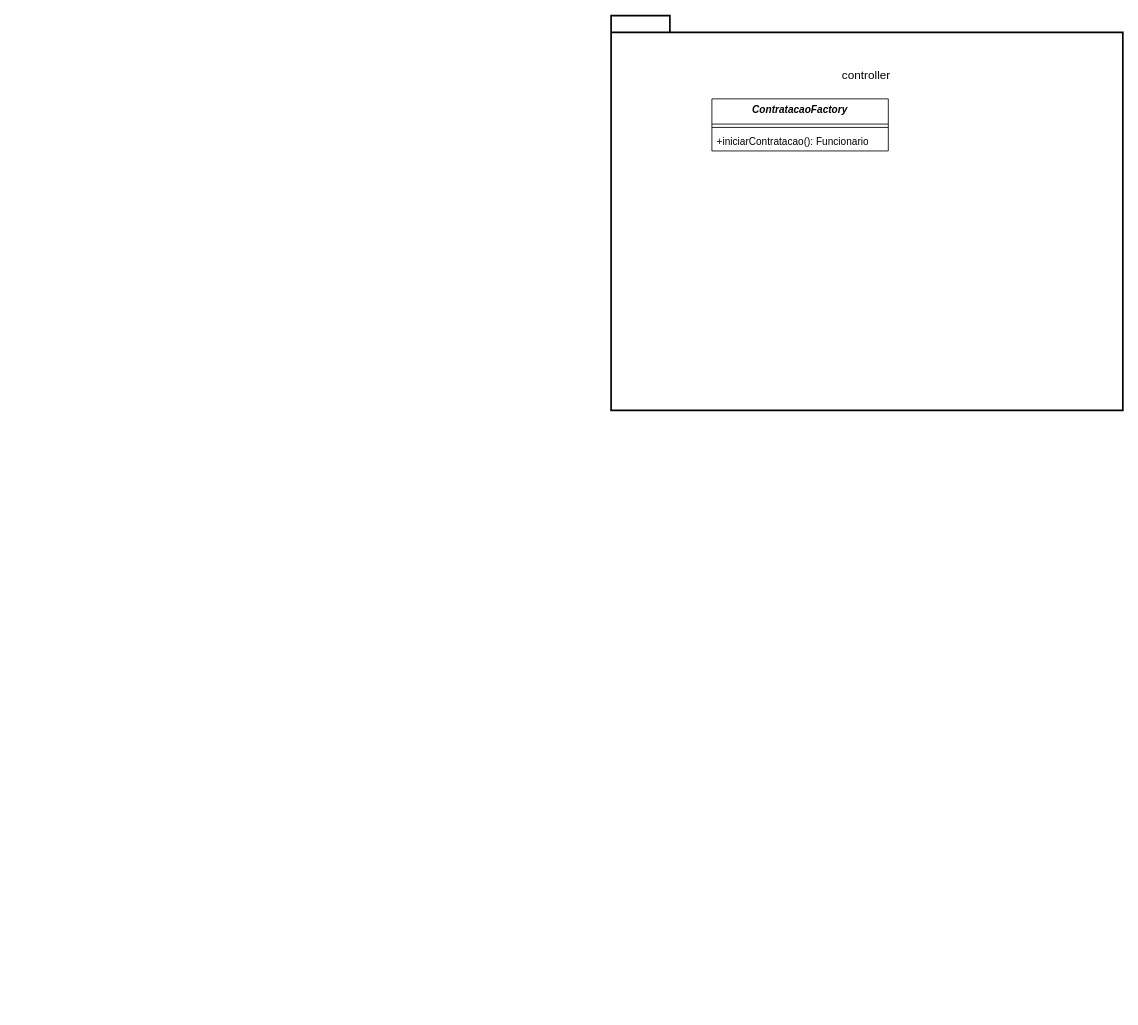
Before: Aula6(aula3+DesignPattern)/Exercicio2_Contratacao/Exercicio2_Contratacao.drawio in Pedrh/POO, a draw.io diagram. Source tidied: cells renumbered, new cells numbered last; positions are measured from the earlier drawing's top-left corner, leaving out a move shared by most shapes. Both pictures are drawn from the tidied source at 84%, with x=0, y=0 at pixel (611, 15).
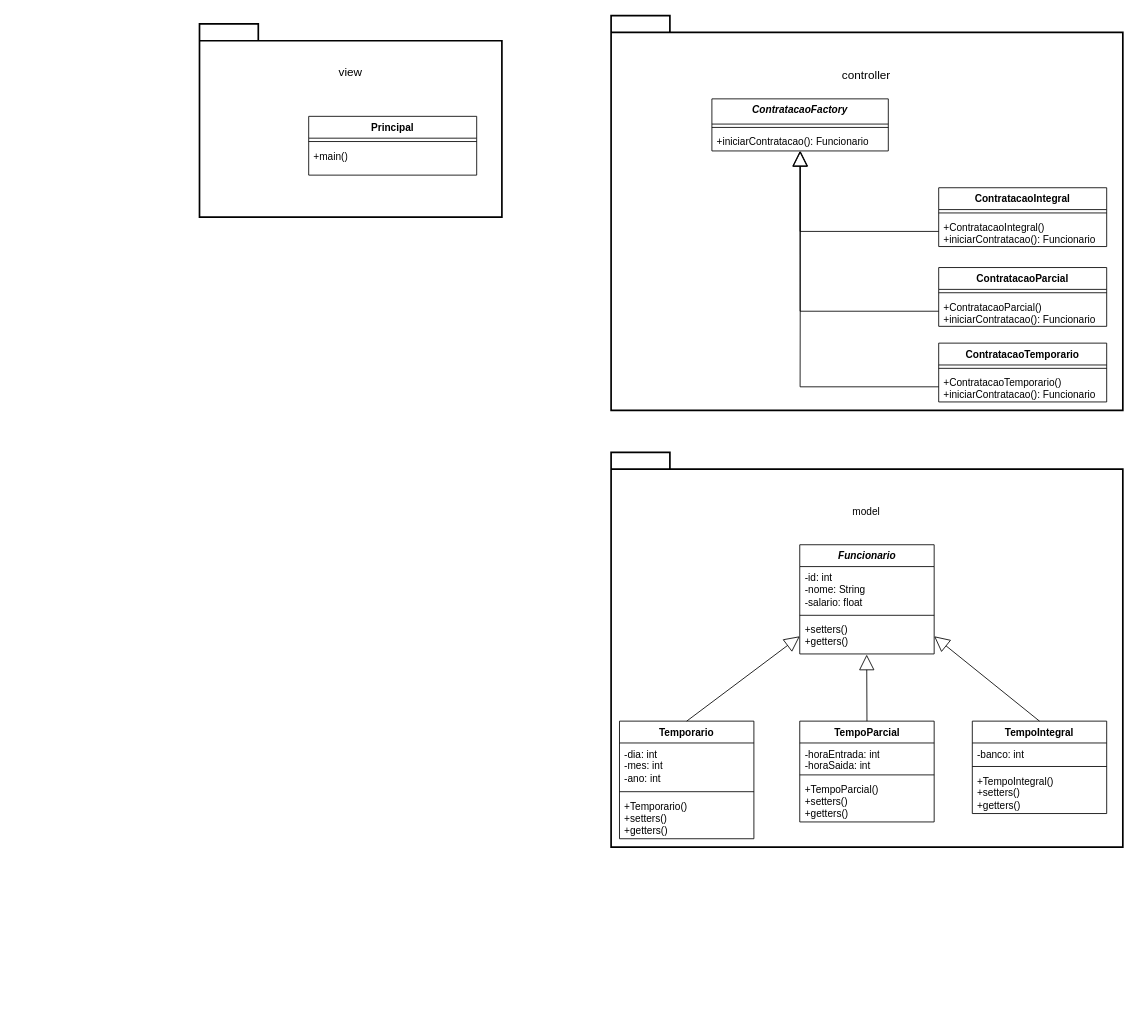
The same diagram, later.

Unchanged cells that the change refers to:
```xml
<mxCell id="2" style="group;" parent="1" vertex="1">
  <mxGeometry width="609.2" height="470" as="geometry" />
</mxCell>
<mxCell id="7" value="+iniciarContratacao(): Funcionario" style="text;strokeColor=none;fillColor=none;align=left;verticalAlign=top;spacingLeft=4;spacingRight=4;overflow=hidden;points=[[0,0.5],[1,0.5]];portConstraint=eastwest;whiteSpace=wrap;html=1;" parent="5" vertex="1">
  <mxGeometry y="38" width="210" height="24" as="geometry" />
</mxCell>
```

What changed in the source:
```diff
@@
+    <mxCell id="8" value="ContratacaoIntegral" style="swimlane;fontStyle=1;align=center;verticalAlign=top;horizontal=1;startSize=26;whiteSpace=wrap;html=1;" parent="2" vertex="1">
+      <mxGeometry x="390" y="205" width="200" height="70" as="geometry" />
+    </mxCell>
+    <mxCell id="9" style="line;strokeWidth=1;fillColor=none;align=left;verticalAlign=middle;spacingTop=-1;spacingLeft=3;spacingRight=3;labelPosition=right;strokeColor=inherit;" parent="8" vertex="1">
+      <mxGeometry y="26" width="200" height="8" as="geometry" />
+    </mxCell>
+    <mxCell id="10" value="&lt;div&gt;+ContratacaoIntegral()&lt;/div&gt;+iniciarContratacao(): Funcionario" style="text;strokeColor=none;fillColor=none;align=left;verticalAlign=top;spacingLeft=4;spacingRight=4;overflow=hidden;points=[[0,0.5],[1,0.5]];portConstraint=eastwest;whiteSpace=wrap;html=1;" parent="8" vertex="1">
+      <mxGeometry y="34" width="200" height="36" as="geometry" />
+    </mxCell>
+    <mxCell id="11" value="ContratacaoParcial" style="swimlane;fontStyle=1;align=center;verticalAlign=top;horizontal=1;startSize=26;whiteSpace=wrap;html=1;" parent="2" vertex="1">
+      <mxGeometry x="390" y="300" width="200" height="70" as="geometry" />
+    </mxCell>
+    <mxCell id="12" style="line;strokeWidth=1;fillColor=none;align=left;verticalAlign=middle;spacingTop=-1;spacingLeft=3;spacingRight=3;labelPosition=right;strokeColor=inherit;" parent="11" vertex="1">
+      <mxGeometry y="26" width="200" height="8" as="geometry" />
+    </mxCell>
+    <mxCell id="13" value="&lt;div&gt;+ContratacaoParcial()&lt;/div&gt;+iniciarContratacao(): Funcionario" style="text;strokeColor=none;fillColor=none;align=left;verticalAlign=top;spacingLeft=4;spacingRight=4;overflow=hidden;points=[[0,0.5],[1,0.5]];portConstraint=eastwest;whiteSpace=wrap;html=1;" parent="11" vertex="1">
+      <mxGeometry y="34" width="200" height="36" as="geometry" />
+    </mxCell>
+    <mxCell id="14" value="ContratacaoTemporario" style="swimlane;fontStyle=1;align=center;verticalAlign=top;horizontal=1;startSize=26;whiteSpace=wrap;html=1;" parent="2" vertex="1">
+      <mxGeometry x="390" y="390" width="200" height="70" as="geometry" />
+    </mxCell>
+    <mxCell id="15" style="line;strokeWidth=1;fillColor=none;align=left;verticalAlign=middle;spacingTop=-1;spacingLeft=3;spacingRight=3;labelPosition=right;strokeColor=inherit;" parent="14" vertex="1">
+      <mxGeometry y="26" width="200" height="8" as="geometry" />
+    </mxCell>
+    <mxCell id="16" value="&lt;div&gt;+ContratacaoTemporario()&lt;/div&gt;+iniciarContratacao(): Funcionario" style="text;strokeColor=none;fillColor=none;align=left;verticalAlign=top;spacingLeft=4;spacingRight=4;overflow=hidden;points=[[0,0.5],[1,0.5]];portConstraint=eastwest;whiteSpace=wrap;html=1;" parent="14" vertex="1">
+      <mxGeometry y="34" width="200" height="36" as="geometry" />
+    </mxCell>
+    <mxCell id="17" style="endArrow=block;endSize=16;endFill=0;html=1;rounded=0;exitX=0;exitY=0.5;exitDx=0;exitDy=0;entryX=0.502;entryY=0.998;entryDx=0;entryDy=0;entryPerimeter=0;" parent="2" edge="1" source="16" target="7">
+      <mxGeometry relative="1" as="geometry">
+        <Array as="points">
+          <mxPoint x="225" y="442" />
+        </Array>
+      </mxGeometry>
+    </mxCell>
+    <mxCell id="18" style="endArrow=block;endSize=16;endFill=0;html=1;rounded=0;exitX=0;exitY=0.5;exitDx=0;exitDy=0;entryX=0.499;entryY=1.004;entryDx=0;entryDy=0;entryPerimeter=0;" parent="2" edge="1" source="13" target="7">
+      <mxGeometry relative="1" as="geometry">
+        <Array as="points">
+          <mxPoint x="225" y="352" />
+        </Array>
+      </mxGeometry>
+    </mxCell>
+    <mxCell id="19" style="endArrow=block;endSize=16;endFill=0;html=1;rounded=0;exitX=0;exitY=0.5;exitDx=0;exitDy=0;entryX=0.5;entryY=0.998;entryDx=0;entryDy=0;entryPerimeter=0;" parent="2" edge="1" source="10" target="7">
+      <mxGeometry relative="1" as="geometry">
+        <Array as="points">
+          <mxPoint x="225" y="257" />
+        </Array>
+      </mxGeometry>
+    </mxCell>
+    <mxCell id="20" style="group;" parent="1" vertex="1">
+      <mxGeometry x="-710" y="10" width="609.2" height="470" as="geometry" />
+    </mxCell>
+    <mxCell id="21" style="shape=folder;tabWidth=70;tabHeight=20;tabPosition=left;strokeWidth=2;html=1;whiteSpace=wrap;align=center;" parent="20" vertex="1">
+      <mxGeometry x="220" width="360" height="230" as="geometry" />
+    </mxCell>
+    <mxCell id="22" value="&lt;span style=&quot;font-size: 14px;&quot;&gt;view&lt;/span&gt;" style="text;html=1;align=center;verticalAlign=middle;whiteSpace=wrap;rounded=0;" parent="20" vertex="1">
+      <mxGeometry x="339.8" y="30" width="120.4" height="56.7" as="geometry" />
+    </mxCell>
+    <mxCell id="23" value="Principal" style="swimlane;fontStyle=1;align=center;verticalAlign=top;horizontal=1;startSize=26;whiteSpace=wrap;html=1;" parent="20" vertex="1">
+      <mxGeometry x="350" y="110" width="200" height="70" as="geometry" />
+    </mxCell>
+    <mxCell id="24" style="line;strokeWidth=1;fillColor=none;align=left;verticalAlign=middle;spacingTop=-1;spacingLeft=3;spacingRight=3;labelPosition=right;strokeColor=inherit;" parent="23" vertex="1">
+      <mxGeometry y="26" width="200" height="8" as="geometry" />
+    </mxCell>
+    <mxCell id="25" value="+main()" style="text;strokeColor=none;fillColor=none;align=left;verticalAlign=top;spacingLeft=4;spacingRight=4;overflow=hidden;whiteSpace=wrap;html=1;" parent="23" vertex="1">
+      <mxGeometry y="34" width="200" height="36" as="geometry" />
+    </mxCell>
+    <mxCell id="26" style="group;" parent="1" vertex="1">
+      <mxGeometry y="520" width="609.2" height="665" as="geometry" />
+    </mxCell>
+    <mxCell id="27" style="shape=folder;tabWidth=70;tabHeight=20;tabPosition=left;strokeWidth=2;html=1;whiteSpace=wrap;align=center;" parent="26" vertex="1">
+      <mxGeometry width="609.2" height="470" as="geometry" />
+    </mxCell>
+    <mxCell id="28" value="model" style="text;html=1;align=center;verticalAlign=middle;whiteSpace=wrap;rounded=0;" parent="26" vertex="1">
+      <mxGeometry x="244.4" y="42.5" width="120.4" height="56.7" as="geometry" />
+    </mxCell>
+    <mxCell id="29" value="&lt;i&gt;Funcionario&lt;/i&gt;" style="swimlane;fontStyle=1;align=center;verticalAlign=top;horizontal=1;startSize=26;whiteSpace=wrap;html=1;" parent="26" vertex="1">
+      <mxGeometry x="224.6" y="110" width="160" height="130" as="geometry" />
+    </mxCell>
+    <mxCell id="30" value="-id: int&lt;div&gt;-nome: String&lt;/div&gt;&lt;div&gt;-salario: float&lt;/div&gt;" style="text;strokeColor=none;fillColor=none;align=left;verticalAlign=top;spacingLeft=4;spacingRight=4;overflow=hidden;whiteSpace=wrap;html=1;" parent="29" vertex="1">
+      <mxGeometry y="26" width="160" height="54" as="geometry" />
+    </mxCell>
+    <mxCell id="31" style="line;strokeWidth=1;fillColor=none;align=left;verticalAlign=middle;spacingTop=-1;spacingLeft=3;spacingRight=3;labelPosition=right;strokeColor=inherit;" parent="29" vertex="1">
+      <mxGeometry y="80" width="160" height="8" as="geometry" />
+    </mxCell>
+    <mxCell id="32" value="+setters()&lt;div&gt;+getters()&lt;/div&gt;" style="text;strokeColor=none;fillColor=none;align=left;verticalAlign=top;spacingLeft=4;spacingRight=4;overflow=hidden;points=[[0,0.5],[1,0.5]];portConstraint=eastwest;whiteSpace=wrap;html=1;" parent="29" vertex="1">
+      <mxGeometry y="88" width="160" height="42" as="geometry" />
+    </mxCell>
+    <mxCell id="33" value="TempoIntegral" style="swimlane;fontStyle=1;align=center;verticalAlign=top;horizontal=1;startSize=26;whiteSpace=wrap;html=1;" parent="26" vertex="1">
+      <mxGeometry x="430" y="320" width="160" height="110" as="geometry" />
+    </mxCell>
+    <mxCell id="34" value="-banco: int" style="text;strokeColor=none;fillColor=none;align=left;verticalAlign=top;spacingLeft=4;spacingRight=4;overflow=hidden;whiteSpace=wrap;html=1;" parent="33" vertex="1">
+      <mxGeometry y="26" width="160" height="24" as="geometry" />
+    </mxCell>
+    <mxCell id="35" style="line;strokeWidth=1;fillColor=none;align=left;verticalAlign=middle;spacingTop=-1;spacingLeft=3;spacingRight=3;labelPosition=right;strokeColor=inherit;" parent="33" vertex="1">
+      <mxGeometry y="50" width="160" height="8" as="geometry" />
+    </mxCell>
+    <mxCell id="36" value="&lt;div&gt;+TempoIntegral()&lt;/div&gt;+setters()&lt;div&gt;+getters()&lt;/div&gt;" style="text;strokeColor=none;fillColor=none;align=left;verticalAlign=top;spacingLeft=4;spacingRight=4;overflow=hidden;whiteSpace=wrap;html=1;" parent="33" vertex="1">
+      <mxGeometry y="58" width="160" height="52" as="geometry" />
+    </mxCell>
+    <mxCell id="37" value="TempoParcial" style="swimlane;fontStyle=1;align=center;verticalAlign=top;horizontal=1;startSize=26;whiteSpace=wrap;html=1;" parent="26" vertex="1">
+      <mxGeometry x="224.6" y="320" width="160" height="120" as="geometry" />
+    </mxCell>
+    <mxCell id="38" value="-horaEntrada: int&lt;div&gt;-horaSaida: int&lt;/div&gt;" style="text;strokeColor=none;fillColor=none;align=left;verticalAlign=top;spacingLeft=4;spacingRight=4;overflow=hidden;whiteSpace=wrap;html=1;" parent="37" vertex="1">
+      <mxGeometry y="26" width="160" height="34" as="geometry" />
+    </mxCell>
+    <mxCell id="39" style="line;strokeWidth=1;fillColor=none;align=left;verticalAlign=middle;spacingTop=-1;spacingLeft=3;spacingRight=3;labelPosition=right;strokeColor=inherit;" parent="37" vertex="1">
+      <mxGeometry y="60" width="160" height="8" as="geometry" />
+    </mxCell>
+    <mxCell id="40" value="&lt;div&gt;+TempoParcial()&lt;/div&gt;+setters()&lt;div&gt;+getters()&lt;/div&gt;" style="text;strokeColor=none;fillColor=none;align=left;verticalAlign=top;spacingLeft=4;spacingRight=4;overflow=hidden;whiteSpace=wrap;html=1;" parent="37" vertex="1">
+      <mxGeometry y="68" width="160" height="52" as="geometry" />
+    </mxCell>
+    <mxCell id="41" value="Temporario" style="swimlane;fontStyle=1;align=center;verticalAlign=top;horizontal=1;startSize=26;whiteSpace=wrap;html=1;" parent="26" vertex="1">
+      <mxGeometry x="10" y="320" width="160" height="140" as="geometry" />
+    </mxCell>
+    <mxCell id="42" value="-dia: int&lt;div&gt;-mes: int&lt;/div&gt;&lt;div&gt;-ano: int&lt;/div&gt;" style="text;strokeColor=none;fillColor=none;align=left;verticalAlign=top;spacingLeft=4;spacingRight=4;overflow=hidden;whiteSpace=wrap;html=1;" parent="41" vertex="1">
+      <mxGeometry y="26" width="160" height="54" as="geometry" />
+    </mxCell>
+    <mxCell id="43" style="line;strokeWidth=1;fillColor=none;align=left;verticalAlign=middle;spacingTop=-1;spacingLeft=3;spacingRight=3;labelPosition=right;strokeColor=inherit;" parent="41" vertex="1">
+      <mxGeometry y="80" width="160" height="8" as="geometry" />
+    </mxCell>
+    <mxCell id="44" value="&lt;div&gt;+Temporario()&lt;/div&gt;+setters()&lt;div&gt;+getters()&lt;/div&gt;" style="text;strokeColor=none;fillColor=none;align=left;verticalAlign=top;spacingLeft=4;spacingRight=4;overflow=hidden;whiteSpace=wrap;html=1;" parent="41" vertex="1">
+      <mxGeometry y="88" width="160" height="52" as="geometry" />
+    </mxCell>
+    <mxCell id="45" style="endArrow=block;endSize=16;endFill=0;html=1;rounded=0;exitX=0.5;exitY=0;exitDx=0;exitDy=0;entryX=0;entryY=0.5;entryDx=0;entryDy=0;" parent="26" edge="1" source="41" target="32">
+      <mxGeometry relative="1" as="geometry" />
+    </mxCell>
+    <mxCell id="46" style="endArrow=block;endSize=16;endFill=0;html=1;rounded=0;exitX=0.5;exitY=0;exitDx=0;exitDy=0;entryX=0.498;entryY=1.019;entryDx=0;entryDy=0;entryPerimeter=0;" parent="26" edge="1" source="37" target="32">
+      <mxGeometry relative="1" as="geometry" />
+    </mxCell>
+    <mxCell id="47" style="endArrow=block;endSize=16;endFill=0;html=1;rounded=0;exitX=0.5;exitY=0;exitDx=0;exitDy=0;entryX=1;entryY=0.5;entryDx=0;entryDy=0;" parent="26" edge="1" source="33" target="32">
+      <mxGeometry relative="1" as="geometry" />
+    </mxCell>
```
